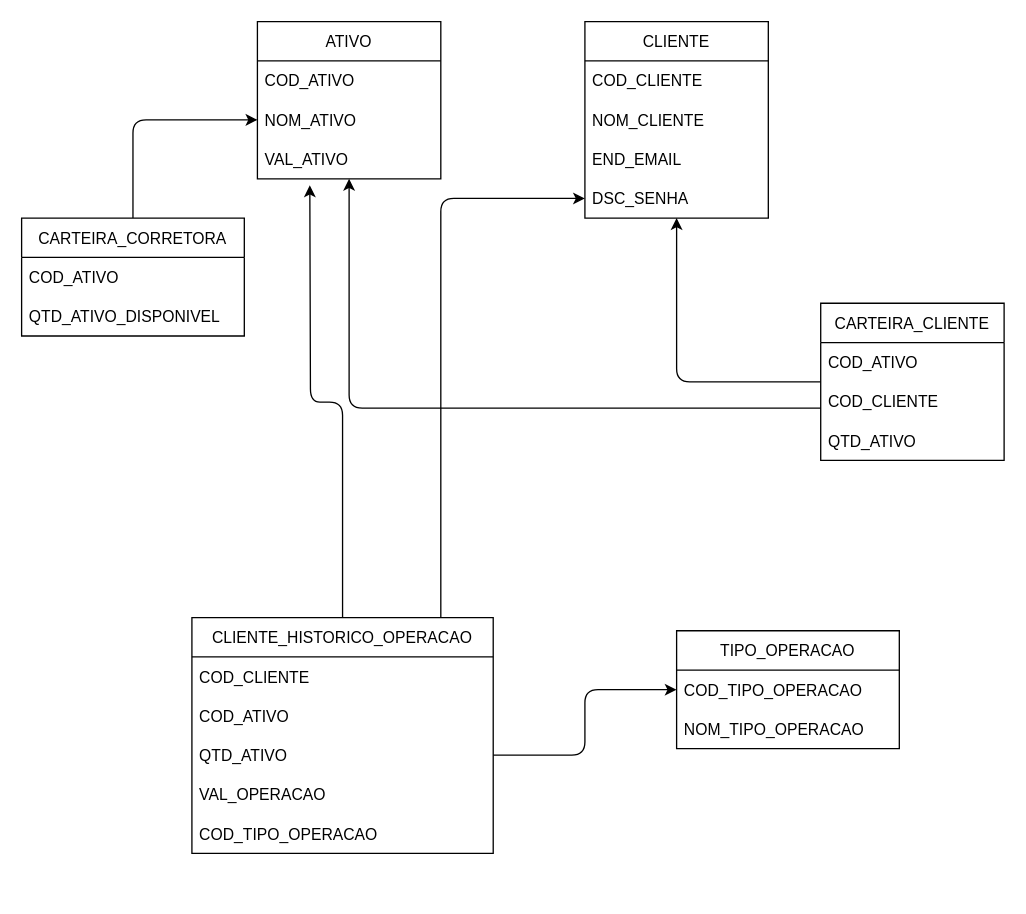
This is database/modelagem.drawio from ASALEMA/alpha-inventimentos, a draw.io file, before an edit. Source tidied: cells renumbered, new cells numbered last; positions are measured from the earlier drawing's top-left corner, leaving out a move shared by most shapes. Both pictures are drawn from the tidied source at 131%, with x=0, y=0 at pixel (21, 21).
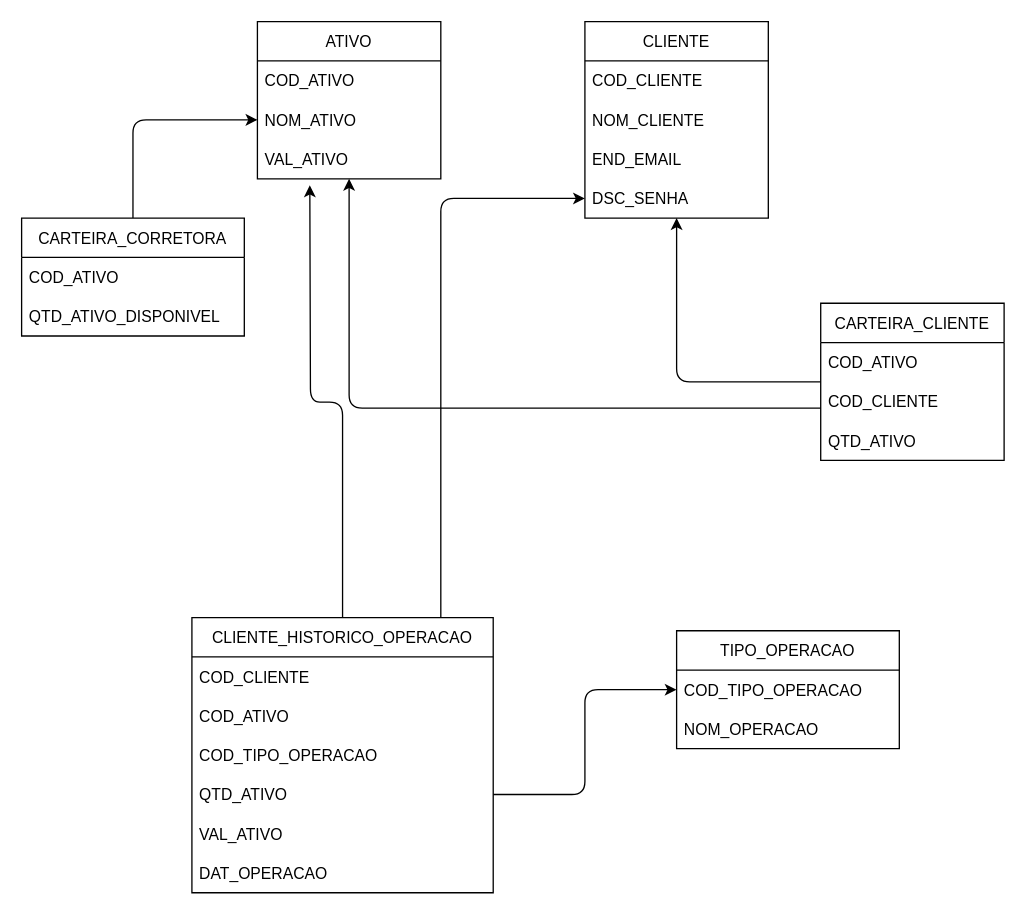
Above is the later version.

The change refers to these unchanged cells:
```xml
<mxCell id="29" value="TIPO_OPERACAO" style="swimlane;fontStyle=0;horizontal=1;startSize=30;" parent="1" vertex="1">
  <mxGeometry x="500" y="465" width="170" height="90" as="geometry" />
</mxCell>
```

The edit, as a diff of the source:
```diff
@@
     <mxCell id="8" value="CLIENTE_HISTORICO_OPERACAO" style="swimlane;fontStyle=0;horizontal=1;startSize=30;" parent="1" vertex="1">
-      <mxGeometry x="130" y="455" width="230" height="180" as="geometry" />
+      <mxGeometry x="130" y="455" width="230" height="210" as="geometry" />
     </mxCell>
@@
+    <mxCell id="13" value="COD_TIPO_OPERACAO" style="text;strokeColor=none;fillColor=none;align=left;verticalAlign=middle;spacingLeft=4;spacingRight=4;overflow=hidden;" parent="8" vertex="1">
+      <mxGeometry y="90" width="230" height="30" as="geometry" />
+    </mxCell>
     <mxCell id="11" value="QTD_ATIVO" style="text;strokeColor=none;fillColor=none;align=left;verticalAlign=middle;spacingLeft=4;spacingRight=4;overflow=hidden;points=[[0,0.5],[1,0.5]];portConstraint=eastwest;" parent="8" vertex="1">
-      <mxGeometry y="90" width="230" height="30" as="geometry" />
+      <mxGeometry y="120" width="230" height="30" as="geometry" />
     </mxCell>
+    <mxCell id="33" value="VAL_ATIVO" style="text;strokeColor=none;fillColor=none;align=left;verticalAlign=middle;spacingLeft=4;spacingRight=4;overflow=hidden;" parent="8" vertex="1">
+      <mxGeometry y="150" width="230" height="30" as="geometry" />
+    </mxCell>
-    <mxCell id="12" value="VAL_OPERACAO" style="text;strokeColor=none;fillColor=none;align=left;verticalAlign=middle;spacingLeft=4;spacingRight=4;overflow=hidden;" parent="8" vertex="1">
-      <mxGeometry y="120" width="230" height="30" as="geometry" />
+    <mxCell id="12" value="DAT_OPERACAO" style="text;strokeColor=none;fillColor=none;align=left;verticalAlign=middle;spacingLeft=4;spacingRight=4;overflow=hidden;" parent="8" vertex="1">
+      <mxGeometry y="180" width="230" height="30" as="geometry" />
     </mxCell>
-    <mxCell id="13" value="COD_TIPO_OPERACAO" style="text;strokeColor=none;fillColor=none;align=left;verticalAlign=middle;spacingLeft=4;spacingRight=4;overflow=hidden;" parent="8" vertex="1">
-      <mxGeometry y="150" width="230" height="30" as="geometry" />
-    </mxCell>
@@
-    <mxCell id="31" value="NOM_TIPO_OPERACAO" style="text;strokeColor=none;fillColor=none;align=left;verticalAlign=middle;spacingLeft=4;spacingRight=4;overflow=hidden;" parent="29" vertex="1">
+    <mxCell id="31" value="NOM_OPERACAO" style="text;strokeColor=none;fillColor=none;align=left;verticalAlign=middle;spacingLeft=4;spacingRight=4;overflow=hidden;" parent="29" vertex="1">
       <mxGeometry y="60" width="170" height="30" as="geometry" />
     </mxCell>
```
